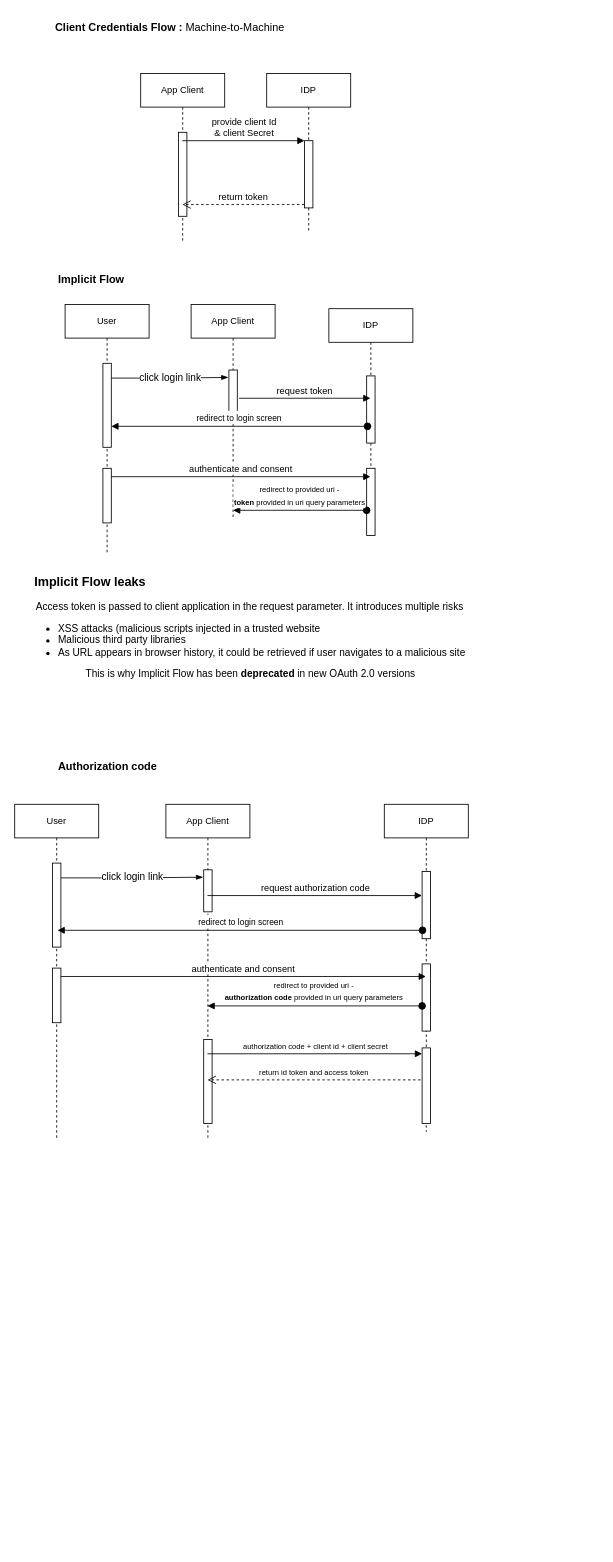
The draw.io diagram page "Module 12 : Access" (5 of 5) of DevelopingOnAWS/DevelopingOnAWS.drawio in mcharouk/aws, before the edit. Source tidied: cells renumbered, new cells numbered last; positions are measured from the earlier drawing's top-left corner, leaving out a move shared by most shapes. Both pictures are drawn from the tidied source at 84%, with x=0, y=0 at pixel (14, 14).
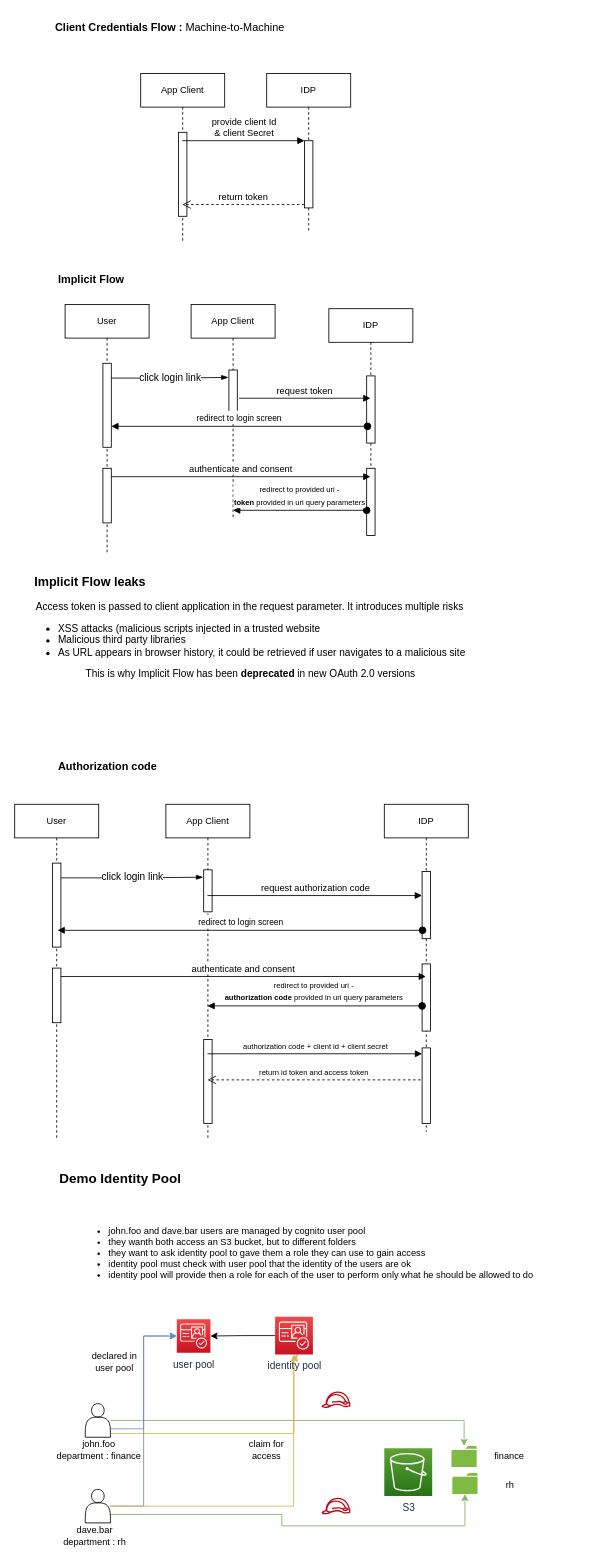
The same diagram, later.

Commit message (it also covers changes not shown here):
update user pool

Change to the diagram source:
```diff
@@
+    <mxCell id="45" value="Demo Identity Pool" style="text;html=1;strokeColor=none;fillColor=none;align=center;verticalAlign=middle;whiteSpace=wrap;rounded=0;fontStyle=1;fontSize=16;" parent="1" vertex="1">
+      <mxGeometry x="31" y="1370" width="190" height="30" as="geometry" />
+    </mxCell>
+    <mxCell id="46" value="S3" style="sketch=0;fontColor=#232F3E;gradientColor=#60A337;gradientDirection=north;fillColor=#277116;strokeColor=#ffffff;dashed=0;verticalLabelPosition=bottom;verticalAlign=top;align=center;html=1;fontSize=12;fontStyle=0;shape=mxgraph.aws4.resourceIcon;resIcon=mxgraph.aws4.s3;" parent="1" vertex="1">
+      <mxGeometry x="440" y="1706.5" width="57" height="57" as="geometry" />
+    </mxCell>
+    <mxCell id="47" style="sketch=0;shadow=0;dashed=0;html=1;strokeColor=none;labelPosition=center;verticalLabelPosition=bottom;verticalAlign=top;outlineConnect=0;align=center;shape=mxgraph.office.concepts.folder;fillColor=#7FBA42;fontSize=16;" parent="1" vertex="1">
+      <mxGeometry x="520" y="1704" width="30" height="25" as="geometry" />
+    </mxCell>
+    <mxCell id="48" style="sketch=0;shadow=0;dashed=0;html=1;strokeColor=none;labelPosition=center;verticalLabelPosition=bottom;verticalAlign=top;outlineConnect=0;align=center;shape=mxgraph.office.concepts.folder;fillColor=#7FBA42;fontSize=16;" parent="1" vertex="1">
+      <mxGeometry x="521" y="1736" width="30" height="25" as="geometry" />
+    </mxCell>
+    <mxCell id="49" value="&lt;font style=&quot;font-size: 11px;&quot;&gt;finance&lt;/font&gt;" style="text;html=1;strokeColor=none;fillColor=none;align=center;verticalAlign=middle;whiteSpace=wrap;rounded=0;fontSize=16;" parent="1" vertex="1">
+      <mxGeometry x="559" y="1699" width="60" height="30" as="geometry" />
+    </mxCell>
+    <mxCell id="50" value="&lt;font style=&quot;font-size: 11px;&quot;&gt;rh&lt;br&gt;&lt;/font&gt;" style="text;html=1;strokeColor=none;fillColor=none;align=center;verticalAlign=middle;whiteSpace=wrap;rounded=0;fontSize=16;" parent="1" vertex="1">
+      <mxGeometry x="560" y="1733.5" width="60" height="30" as="geometry" />
+    </mxCell>
+    <mxCell id="51" style="edgeStyle=orthogonalEdgeStyle;rounded=0;jettySize=auto;html=1;exitX=1;exitY=0.75;exitDx=0;exitDy=0;entryX=0;entryY=0.5;entryDx=0;entryDy=0;entryPerimeter=0;fontSize=11;fillColor=#dae8fc;strokeColor=#6c8ebf;" parent="1" edge="1" source="54" target="63">
+      <mxGeometry relative="1" as="geometry" />
+    </mxCell>
+    <mxCell id="52" style="edgeStyle=orthogonalEdgeStyle;rounded=0;jettySize=auto;html=1;fontSize=11;fillColor=#d5e8d4;strokeColor=#82b366;" parent="1" edge="1" source="54" target="47">
+      <mxGeometry relative="1" as="geometry" />
+    </mxCell>
+    <mxCell id="53" style="edgeStyle=orthogonalEdgeStyle;rounded=0;jettySize=auto;html=1;entryX=0.5;entryY=1;entryDx=0;entryDy=0;entryPerimeter=0;fontSize=11;fillColor=#fff2cc;strokeColor=#d6b656;" parent="1" edge="1" source="54" target="62">
+      <mxGeometry relative="1" as="geometry">
+        <Array as="points">
+          <mxPoint x="333" y="1689" />
+        </Array>
+      </mxGeometry>
+    </mxCell>
+    <mxCell id="54" style="shape=actor;whiteSpace=wrap;html=1;fontSize=11;" parent="1" vertex="1">
+      <mxGeometry x="84" y="1653.5" width="30" height="40" as="geometry" />
+    </mxCell>
+    <mxCell id="55" style="edgeStyle=orthogonalEdgeStyle;rounded=0;jettySize=auto;html=1;entryX=0;entryY=0.5;entryDx=0;entryDy=0;entryPerimeter=0;fontSize=11;fillColor=#dae8fc;strokeColor=#6c8ebf;" parent="1" edge="1" source="58" target="63">
+      <mxGeometry relative="1" as="geometry" />
+    </mxCell>
+    <mxCell id="56" style="edgeStyle=orthogonalEdgeStyle;rounded=0;jettySize=auto;html=1;fontSize=11;fillColor=#d5e8d4;strokeColor=#82b366;exitX=1;exitY=0.75;exitDx=0;exitDy=0;" parent="1" edge="1" source="58" target="48">
+      <mxGeometry relative="1" as="geometry">
+        <Array as="points">
+          <mxPoint x="318" y="1786" />
+          <mxPoint x="318" y="1799" />
+          <mxPoint x="536" y="1799" />
+        </Array>
+      </mxGeometry>
+    </mxCell>
+    <mxCell id="57" style="edgeStyle=orthogonalEdgeStyle;rounded=0;orthogonalLoop=1;jettySize=auto;html=1;fontSize=11;fillColor=#fff2cc;strokeColor=#d6b656;" parent="1" edge="1">
+      <mxGeometry relative="1" as="geometry">
+        <mxPoint x="113" y="1775.5" as="sourcePoint" />
+        <mxPoint x="329" y="1599" as="targetPoint" />
+        <Array as="points">
+          <mxPoint x="332" y="1776" />
+          <mxPoint x="332" y="1599" />
+        </Array>
+      </mxGeometry>
+    </mxCell>
+    <mxCell id="58" style="shape=actor;whiteSpace=wrap;html=1;fontSize=11;" parent="1" vertex="1">
+      <mxGeometry x="84" y="1755.5" width="30" height="40" as="geometry" />
+    </mxCell>
+    <mxCell id="59" value="john.foo&lt;br&gt;department : finance" style="text;html=1;strokeColor=none;fillColor=none;align=center;verticalAlign=middle;whiteSpace=wrap;rounded=0;fontSize=11;" parent="1" vertex="1">
+      <mxGeometry x="31" y="1693.5" width="139" height="30" as="geometry" />
+    </mxCell>
+    <mxCell id="60" value="dave.bar&lt;br&gt;department : rh" style="text;html=1;strokeColor=none;fillColor=none;align=center;verticalAlign=middle;whiteSpace=wrap;rounded=0;fontSize=11;" parent="1" vertex="1">
+      <mxGeometry x="30" y="1799" width="131" height="24.5" as="geometry" />
+    </mxCell>
+    <mxCell id="61" style="edgeStyle=orthogonalEdgeStyle;rounded=0;jettySize=auto;html=1;entryX=1;entryY=0.5;entryDx=0;entryDy=0;entryPerimeter=0;fontSize=11;" parent="1" edge="1" source="62" target="63">
+      <mxGeometry relative="1" as="geometry" />
+    </mxCell>
+    <mxCell id="62" value="identity pool" style="sketch=0;points=[[0,0,0],[0.25,0,0],[0.5,0,0],[0.75,0,0],[1,0,0],[0,1,0],[0.25,1,0],[0.5,1,0],[0.75,1,0],[1,1,0],[0,0.25,0],[0,0.5,0],[0,0.75,0],[1,0.25,0],[1,0.5,0],[1,0.75,0]];outlineConnect=0;fontColor=#232F3E;gradientColor=#F54749;gradientDirection=north;fillColor=#C7131F;strokeColor=#ffffff;dashed=0;verticalLabelPosition=bottom;verticalAlign=top;align=center;html=1;fontSize=12;fontStyle=0;shape=mxgraph.aws4.resourceIcon;resIcon=mxgraph.aws4.cognito;" parent="1" vertex="1">
+      <mxGeometry x="310" y="1550" width="45" height="45" as="geometry" />
+    </mxCell>
+    <mxCell id="63" value="user pool" style="sketch=0;points=[[0,0,0],[0.25,0,0],[0.5,0,0],[0.75,0,0],[1,0,0],[0,1,0],[0.25,1,0],[0.5,1,0],[0.75,1,0],[1,1,0],[0,0.25,0],[0,0.5,0],[0,0.75,0],[1,0.25,0],[1,0.5,0],[1,0.75,0]];outlineConnect=0;fontColor=#232F3E;gradientColor=#F54749;gradientDirection=north;fillColor=#C7131F;strokeColor=#ffffff;dashed=0;verticalLabelPosition=bottom;verticalAlign=top;align=center;html=1;fontSize=12;fontStyle=0;shape=mxgraph.aws4.resourceIcon;resIcon=mxgraph.aws4.cognito;" parent="1" vertex="1">
+      <mxGeometry x="193" y="1553" width="40" height="40" as="geometry" />
+    </mxCell>
+    <mxCell id="64" value="declared in user pool" style="text;html=1;strokeColor=none;fillColor=none;align=center;verticalAlign=middle;whiteSpace=wrap;rounded=0;fontSize=11;" parent="1" vertex="1">
+      <mxGeometry x="89" y="1589" width="60" height="30" as="geometry" />
+    </mxCell>
+    <mxCell id="65" style="sketch=0;fontColor=#232F3E;gradientColor=none;fillColor=#BF0816;strokeColor=none;dashed=0;verticalLabelPosition=bottom;verticalAlign=top;align=center;html=1;fontSize=12;fontStyle=0;shape=mxgraph.aws4.role;" parent="1" vertex="1">
+      <mxGeometry x="365" y="1639" width="35" height="19.7" as="geometry" />
+    </mxCell>
+    <mxCell id="66" style="sketch=0;fontColor=#232F3E;gradientColor=none;fillColor=#BF0816;strokeColor=none;dashed=0;verticalLabelPosition=bottom;verticalAlign=top;align=center;html=1;fontSize=12;fontStyle=0;shape=mxgraph.aws4.role;" parent="1" vertex="1">
+      <mxGeometry x="365" y="1765.6" width="35" height="19.7" as="geometry" />
+    </mxCell>
+    <mxCell id="67" value="claim for access" style="text;html=1;strokeColor=none;fillColor=none;align=center;verticalAlign=middle;whiteSpace=wrap;rounded=0;fontSize=11;" parent="1" vertex="1">
+      <mxGeometry x="270" y="1693.5" width="60" height="30" as="geometry" />
+    </mxCell>
+    <mxCell id="68" value="&lt;ul&gt;&lt;li&gt;john.foo and dave.bar users are managed by cognito user pool&lt;/li&gt;&lt;li&gt;they wanth both access an S3 bucket, but to different folders&lt;/li&gt;&lt;li&gt;they want to ask identity pool to gave them a role they can use to gain access&lt;/li&gt;&lt;li&gt;identity pool must check with user pool that the identity of the users are ok&lt;/li&gt;&lt;li&gt;identity pool will provide then a role for each of the user to perform only what he should be allowed to do&lt;/li&gt;&lt;/ul&gt;" style="text;html=1;strokeColor=none;fillColor=none;align=left;verticalAlign=middle;whiteSpace=wrap;rounded=0;fontSize=11;" parent="1" vertex="1">
+      <mxGeometry x="70.2" y="1428.5" width="624.5" height="90" as="geometry" />
+    </mxCell>
```
